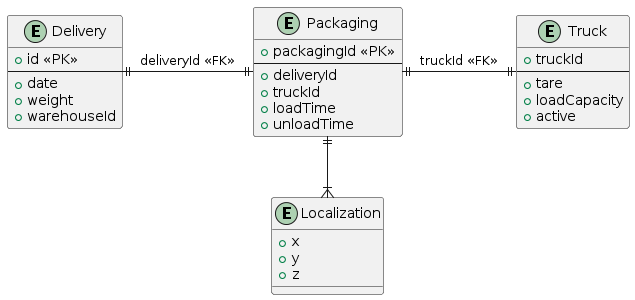
pedrofern/desofs2024_M1A_1 keeps this PlantUML diagram as Deliverables/logistics/logisticsDatabaseSchema.png. Above is the earlier version. Its diagram source:
```plantuml
@startuml
entity "Packaging" as Packaging{
  + packagingId <<PK>>
  --
  + deliveryId
  + truckId
  + loadTime
  + unloadTime
}

entity "Localization" as Localization{
  + x
  + y
  + z
}

entity "Delivery" as Delivery{
  + id <<PK>>
  --
  + date
  + weight
  + warehouseId
}

entity "Truck" as Truck{
  + truckId
  --
  + tare
  + loadCapacity
  + active
}

Packaging ||-down-|{ Localization
Packaging ||-left-|| Delivery: deliveryId <<FK>>
Packaging ||-right-|| Truck: truckId <<FK>>
@enduml
```
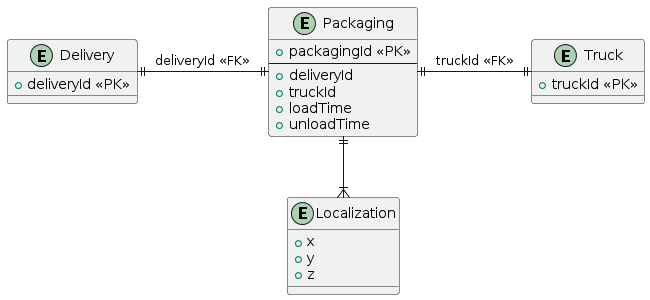
Above is the later version.

Commit message:
#6 Update to Logistics Information

Change to the diagram source:
```diff
@@ -15,19 +15,13 @@
 }
 
 entity "Delivery" as Delivery{
-  + id <<PK>>
-  --
-  + date
-  + weight
-  + warehouseId
+  + deliveryId <<PK>>
+
 }
 
 entity "Truck" as Truck{
-  + truckId
-  --
-  + tare
-  + loadCapacity
-  + active
+  + truckId <<PK>>
+
 }
 
 Packaging ||-down-|{ Localization
```
